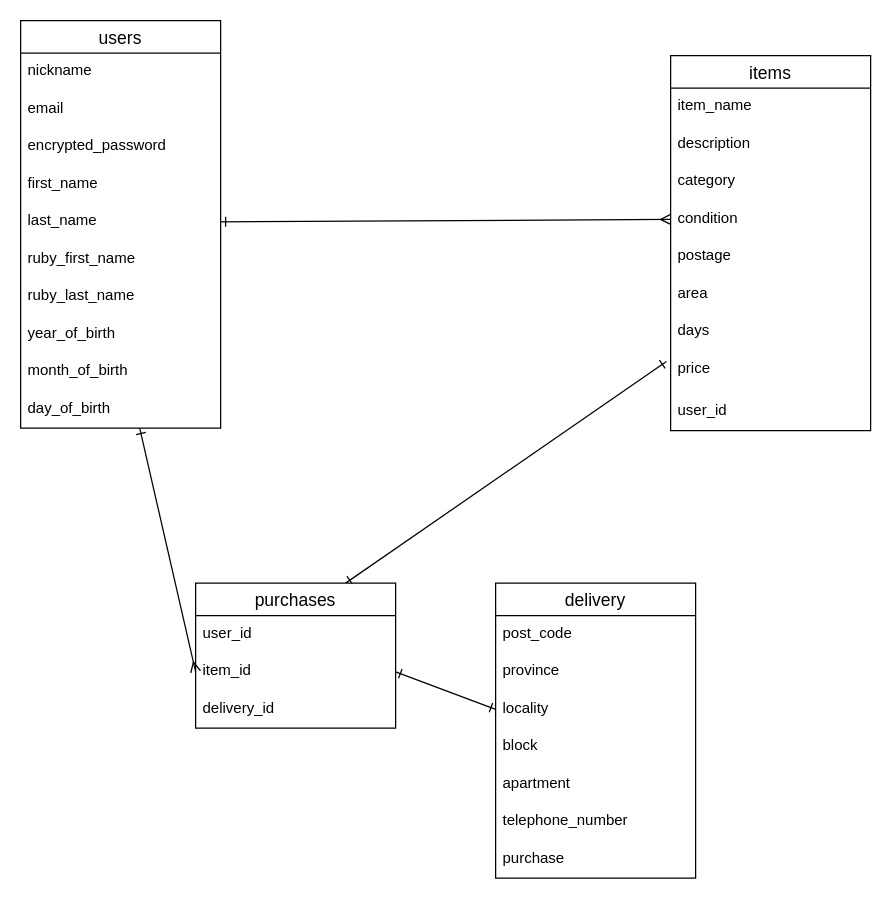
shibaei/furima-38748 keeps this draw.io diagram as ERdiagram.dio. Above is the earlier version. Source tidied: cells renumbered, new cells numbered last; positions are measured from the earlier drawing's top-left corner, leaving out a move shared by most shapes. Both pictures are drawn from the tidied source at 125%, with x=0, y=0 at pixel (20, 20).
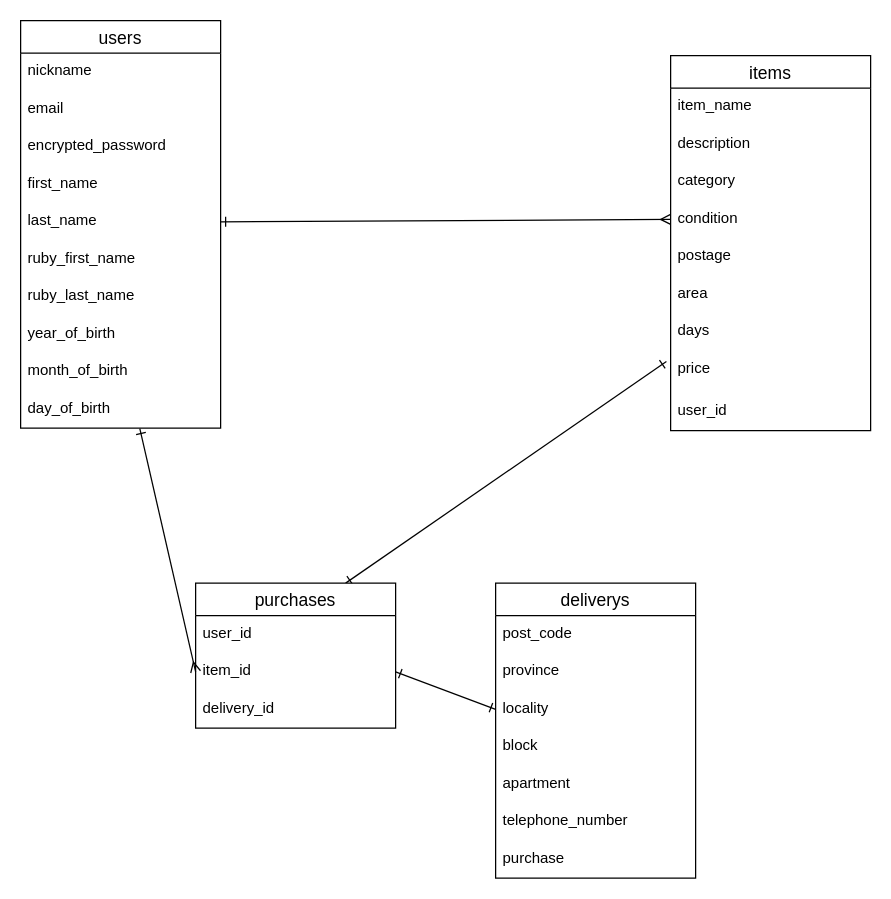
The same page after the edit.

The edit, as a diff of the source:
```diff
@@
-    <mxCell id="23" value="delivery" style="swimlane;fontStyle=0;horizontal=1;startSize=26;align=center;fontSize=14;" parent="1" vertex="1">
+    <mxCell id="23" value="deliverys" style="swimlane;fontStyle=0;horizontal=1;startSize=26;align=center;fontSize=14;" parent="1" vertex="1">
       <mxGeometry x="380" y="450" width="160" height="236" as="geometry" />
     </mxCell>
```
